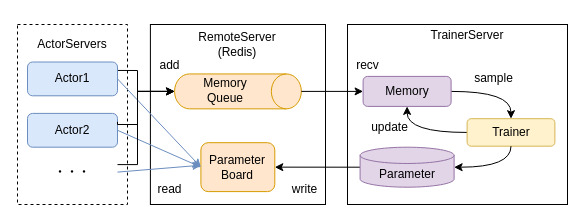
Earlier version of the draw.io diagram page "distribution" (4 of 4) of diagrams/overview.drawio (pocokhc/simple_distributed_rl). Source tidied: cells renumbered, new cells numbered last; positions are measured from the earlier drawing's top-left corner, leaving out a move shared by most shapes. Both pictures are drawn from the tidied source at 100%, with x=0, y=0 at pixel (17, 20).
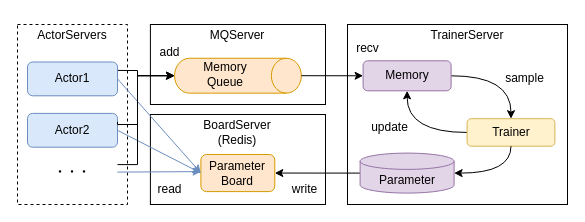
After the change.

The change refers to these unchanged cells:
```xml
<mxCell id="18" value="Actor1" style="rounded=1;whiteSpace=wrap;html=1;fillColor=#dae8fc;strokeColor=#6c8ebf;" parent="1" vertex="1">
  <mxGeometry x="10" y="41.5" width="90" height="33.8" as="geometry" />
</mxCell>
<mxCell id="19" value="Actor2" style="rounded=1;whiteSpace=wrap;html=1;fillColor=#dae8fc;strokeColor=#6c8ebf;" parent="1" vertex="1">
  <mxGeometry x="10" y="92.9" width="90" height="33.8" as="geometry" />
</mxCell>
<mxCell id="20" value="・・・" style="text;html=1;strokeColor=none;fillColor=none;align=center;verticalAlign=middle;whiteSpace=wrap;rounded=0;fontStyle=0;" parent="1" vertex="1">
  <mxGeometry x="10" y="136.6" width="90" height="30" as="geometry" />
</mxCell>
```

Diff of the diagram source:
```diff
@@
+    <mxCell id="35" style="rounded=0;whiteSpace=wrap;html=1;" parent="1" vertex="1">
+      <mxGeometry x="132.9" y="4" width="175.1" height="80" as="geometry" />
+    </mxCell>
@@
     <mxCell id="5" style="rounded=0;whiteSpace=wrap;html=1;" parent="1" vertex="1">
-      <mxGeometry x="132.9" y="4" width="175.1" height="180" as="geometry" />
+      <mxGeometry x="132.9" y="94" width="175.1" height="90" as="geometry" />
     </mxCell>
-    <mxCell id="6" value="RemoteServer&lt;br&gt;(Redis)" style="text;html=1;strokeColor=none;fillColor=none;align=center;verticalAlign=middle;whiteSpace=wrap;rounded=0;" parent="1" vertex="1">
-      <mxGeometry x="167.4" y="6" width="106" height="35.6" as="geometry" />
+    <mxCell id="6" value="BoardServer&lt;br&gt;(Redis)" style="text;html=1;strokeColor=none;fillColor=none;align=center;verticalAlign=middle;whiteSpace=wrap;rounded=0;" parent="1" vertex="1">
+      <mxGeometry x="167.4" y="94.2" width="106" height="35.6" as="geometry" />
     </mxCell>
     <mxCell id="7" value="ActorServers" style="text;html=1;strokeColor=none;fillColor=none;align=center;verticalAlign=middle;whiteSpace=wrap;rounded=0;" parent="1" vertex="1">
-      <mxGeometry x="25" y="9.1" width="60" height="30" as="geometry" />
+      <mxGeometry x="25" y="-0.4" width="60" height="30" as="geometry" />
     </mxCell>
-    <mxCell id="8" style="edgeStyle=orthogonalEdgeStyle;rounded=0;jettySize=auto;html=1;exitX=0;exitY=0.5;exitDx=0;exitDy=0;exitPerimeter=0;entryX=1;entryY=0.5;entryDx=0;entryDy=0;" parent="1" edge="1" source="9" target="12">
+    <mxCell id="8" style="rounded=0;jettySize=auto;html=1;exitX=0;exitY=0.5;exitDx=0;exitDy=0;exitPerimeter=0;entryX=1;entryY=0.5;entryDx=0;entryDy=0;" parent="1" edge="1" source="9" target="12">
       <mxGeometry relative="1" as="geometry" />
     </mxCell>
     <mxCell id="9" value="Parameter" style="shape=cylinder3;whiteSpace=wrap;html=1;boundedLbl=1;backgroundOutline=1;size=8.142857142857167;fillColor=#e1d5e7;strokeColor=#9673a6;" parent="1" vertex="1">
-      <mxGeometry x="342.6" y="126.7" width="94" height="40" as="geometry" />
+      <mxGeometry x="342.6" y="132.6" width="94" height="40" as="geometry" />
     </mxCell>
@@
     <mxCell id="11" value="Memory" style="rounded=1;whiteSpace=wrap;html=1;fillColor=#e1d5e7;strokeColor=#9673a6;" parent="1" vertex="1">
-      <mxGeometry x="345.6" y="55.9" width="88" height="30" as="geometry" />
+      <mxGeometry x="345.6" y="40.3" width="88" height="30" as="geometry" />
     </mxCell>
     <mxCell id="12" value="Parameter&lt;br&gt;Board" style="rounded=1;whiteSpace=wrap;html=1;fillColor=#ffe6cc;strokeColor=#d79b00;" parent="1" vertex="1">
-      <mxGeometry x="183.4" y="122.2" width="73.9" height="48.9" as="geometry" />
+      <mxGeometry x="183.4" y="134" width="73.9" height="37.1" as="geometry" />
     </mxCell>
     <mxCell id="13" style="group;" parent="1" vertex="1">
-      <mxGeometry x="157" y="46.9" width="126.8" height="34.9" as="geometry" />
+      <mxGeometry x="157" y="46.9" width="151" height="34.9" as="geometry" />
     </mxCell>
     <mxCell id="14" style="shape=cylinder3;whiteSpace=wrap;html=1;boundedLbl=1;backgroundOutline=1;size=15;rotation=90;fillColor=#ffe6cc;strokeColor=#d79b00;" parent="13" vertex="1">
-      <mxGeometry x="46" y="-39.4" width="34.9" height="126.8" as="geometry" />
+      <mxGeometry x="46" y="-55.1" width="34.9" height="126.8" as="geometry" />
     </mxCell>
     <mxCell id="15" value="Memory&lt;br&gt;Queue" style="text;html=1;strokeColor=none;fillColor=none;align=center;verticalAlign=middle;whiteSpace=wrap;rounded=0;" parent="13" vertex="1">
-      <mxGeometry x="13.3" y="11.8" width="76" height="22.5" as="geometry" />
+      <mxGeometry x="13.3" y="-3.8" width="76" height="22.5" as="geometry" />
     </mxCell>
@@
     <mxCell id="17" style="rounded=0;jettySize=auto;html=1;exitX=1;exitY=0.25;exitDx=0;exitDy=0;entryX=0.5;entryY=1;entryDx=0;entryDy=0;entryPerimeter=0;edgeStyle=orthogonalEdgeStyle;" parent="1" edge="1" source="18" target="14">
       <mxGeometry relative="1" as="geometry">
         <Array as="points">
           <mxPoint x="120" y="50" />
-          <mxPoint x="120" y="71" />
+          <mxPoint x="120" y="55" />
         </Array>
       </mxGeometry>
     </mxCell>
@@
     <mxCell id="23" style="rounded=0;jettySize=auto;html=1;exitX=1;exitY=0.25;exitDx=0;exitDy=0;entryX=0.5;entryY=1;entryDx=0;entryDy=0;entryPerimeter=0;edgeStyle=orthogonalEdgeStyle;" parent="1" edge="1" source="19" target="14">
       <mxGeometry relative="1" as="geometry">
         <Array as="points">
           <mxPoint x="100" y="104" />
           <mxPoint x="120" y="104" />
-          <mxPoint x="120" y="71" />
+          <mxPoint x="120" y="55" />
         </Array>
       </mxGeometry>
     </mxCell>
     <mxCell id="24" style="rounded=0;jettySize=auto;html=1;entryX=0.5;entryY=1;entryDx=0;entryDy=0;entryPerimeter=0;edgeStyle=orthogonalEdgeStyle;exitX=1;exitY=0.25;exitDx=0;exitDy=0;" parent="1" edge="1" source="20" target="14">
       <mxGeometry relative="1" as="geometry">
         <Array as="points">
           <mxPoint x="120" y="144" />
-          <mxPoint x="120" y="71" />
+          <mxPoint x="120" y="55" />
         </Array>
       </mxGeometry>
     </mxCell>
@@
     <mxCell id="31" value="add" style="text;html=1;strokeColor=none;fillColor=none;align=center;verticalAlign=middle;whiteSpace=wrap;rounded=0;" parent="1" vertex="1">
-      <mxGeometry x="110" y="29.6" width="85" height="30" as="geometry" />
+      <mxGeometry x="110" y="16.9" width="85" height="30" as="geometry" />
     </mxCell>
     <mxCell id="32" value="recv" style="text;html=1;strokeColor=none;fillColor=none;align=center;verticalAlign=middle;whiteSpace=wrap;rounded=0;" parent="1" vertex="1">
-      <mxGeometry x="307.9" y="29.6" width="85" height="30" as="geometry" />
+      <mxGeometry x="307.9" y="13.4" width="85" height="30" as="geometry" />
     </mxCell>
     <mxCell id="33" value="sample" style="text;html=1;strokeColor=none;fillColor=none;align=center;verticalAlign=middle;whiteSpace=wrap;rounded=0;" parent="1" vertex="1">
-      <mxGeometry x="433.6" y="43.4" width="85" height="30" as="geometry" />
+      <mxGeometry x="465" y="43.4" width="85" height="30" as="geometry" />
     </mxCell>
@@
+    <mxCell id="36" value="MQServer" style="text;html=1;strokeColor=none;fillColor=none;align=center;verticalAlign=middle;whiteSpace=wrap;rounded=0;" parent="1" vertex="1">
+      <mxGeometry x="167.4" y="-3.2" width="106" height="35.6" as="geometry" />
+    </mxCell>
```
